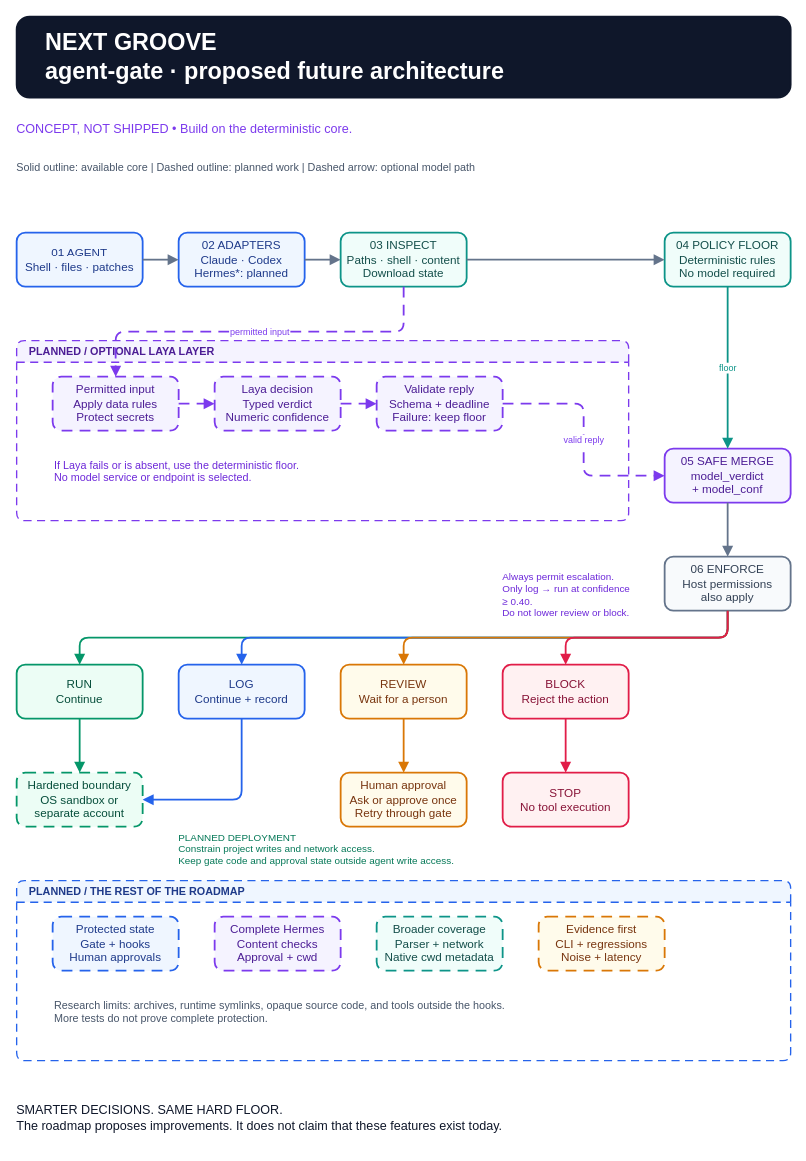
Earlier version of the draw.io diagram agent-gate-future-state.drawio (subhashdasyam/agent-gate). Source tidied: cells renumbered, new cells numbered last; positions are measured from the earlier drawing's top-left corner, leaving out a move shared by most shapes. Both pictures are drawn from the tidied source at 90%, with x=0, y=0 at pixel (16, 16).
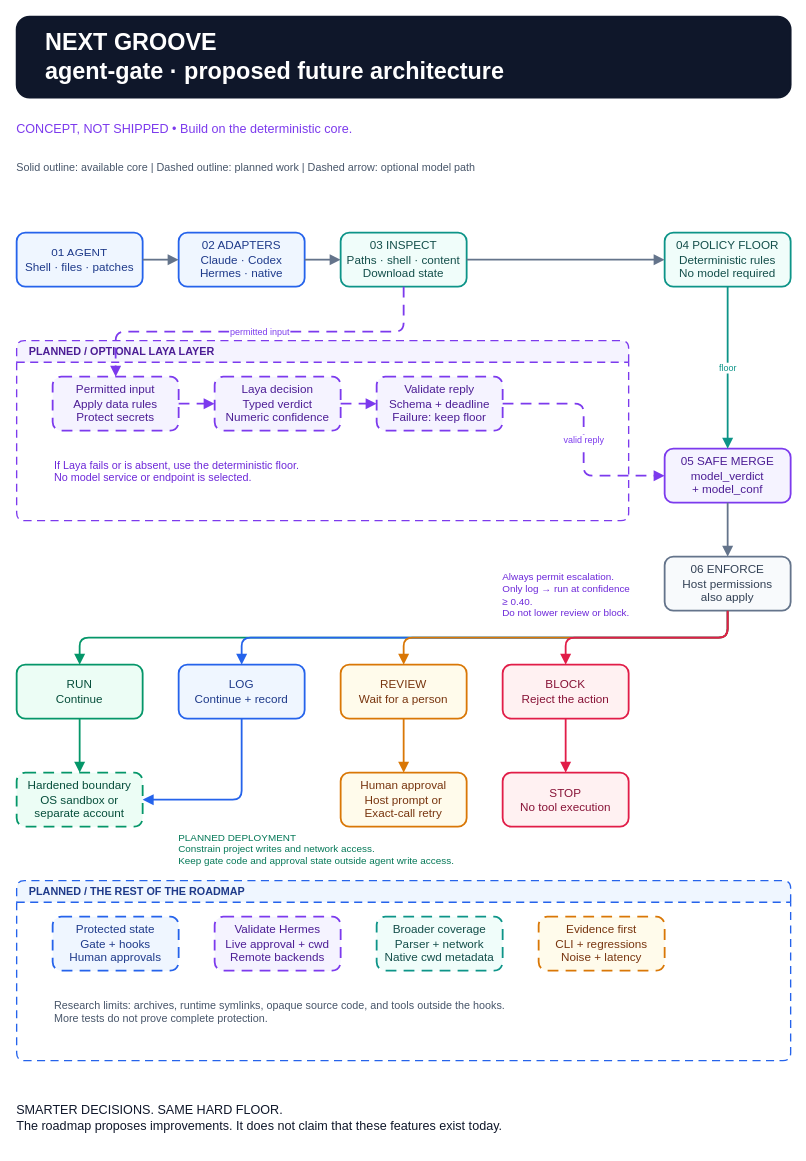
The same diagram, later.

Commit message (it also covers changes not shown here):
Simplify README, add technical docs, and refresh architecture diagrams

The change refers to these unchanged cells:
```xml
<mxCell id="25" value="PLANNED  /  THE REST OF THE ROADMAP" style="swimlane;startSize=24;horizontal=1;rounded=1;arcSize=12;html=1;fontFamily=Helvetica;fontSize=12;fontStyle=1;align=left;spacingLeft=12;fillColor=#EFF6FF;swimlaneFillColor=#FFFFFF;strokeColor=#2563EB;fontColor=#1E3A8A;strokeWidth=1.5;dashed=1;dashPattern=6 4;" parent="1" vertex="1">
  <mxGeometry y="960" width="860" height="200" as="geometry" />
</mxCell>
```

The edit, as a diff of the source:
```diff
@@
-    <mxCell id="6" value="02  ADAPTERS&#10;Claude · Codex&#10;Hermes*: planned" style="rounded=1;arcSize=16;whiteSpace=wrap;html=1;fontFamily=Helvetica;fontSize=13;spacing=8;strokeWidth=2;align=center;verticalAlign=middle;fillColor=#EFF6FF;strokeColor=#2563EB;fontColor=#1E3A8A;" parent="1" vertex="1">
+    <mxCell id="6" value="02  ADAPTERS&#10;Claude · Codex&#10;Hermes · native" style="rounded=1;arcSize=16;whiteSpace=wrap;html=1;fontFamily=Helvetica;fontSize=13;spacing=8;strokeWidth=2;align=center;verticalAlign=middle;fillColor=#EFF6FF;strokeColor=#2563EB;fontColor=#1E3A8A;" parent="1" vertex="1">
       <mxGeometry x="180" y="240" width="140" height="60" as="geometry" />
     </mxCell>
@@
-    <mxCell id="22" value="Human approval&#10;Ask or approve once&#10;Retry through gate" style="rounded=1;arcSize=16;whiteSpace=wrap;html=1;fontFamily=Helvetica;fontSize=13;spacing=8;strokeWidth=2;align=center;verticalAlign=middle;fillColor=#FFFBEB;strokeColor=#D97706;fontColor=#78350F;" parent="1" vertex="1">
+    <mxCell id="22" value="Human approval&#10;Host prompt or&#10;Exact-call retry" style="rounded=1;arcSize=16;whiteSpace=wrap;html=1;fontFamily=Helvetica;fontSize=13;spacing=8;strokeWidth=2;align=center;verticalAlign=middle;fillColor=#FFFBEB;strokeColor=#D97706;fontColor=#78350F;" parent="1" vertex="1">
       <mxGeometry x="360" y="840" width="140" height="60" as="geometry" />
     </mxCell>
@@
-    <mxCell id="27" value="Complete Hermes&#10;Content checks&#10;Approval + cwd" style="rounded=1;arcSize=16;whiteSpace=wrap;html=1;fontFamily=Helvetica;fontSize=13;spacing=8;strokeWidth=2;align=center;verticalAlign=middle;fillColor=#F5F3FF;strokeColor=#7C3AED;fontColor=#4C1D95;dashed=1;dashPattern=6 4;" parent="25" vertex="1">
+    <mxCell id="27" value="Validate Hermes&#10;Live approval + cwd&#10;Remote backends" style="rounded=1;arcSize=16;whiteSpace=wrap;html=1;fontFamily=Helvetica;fontSize=13;spacing=8;strokeWidth=2;align=center;verticalAlign=middle;fillColor=#F5F3FF;strokeColor=#7C3AED;fontColor=#4C1D95;dashed=1;dashPattern=6 4;" parent="25" vertex="1">
       <mxGeometry x="220" y="40" width="140" height="60" as="geometry" />
     </mxCell>
```
